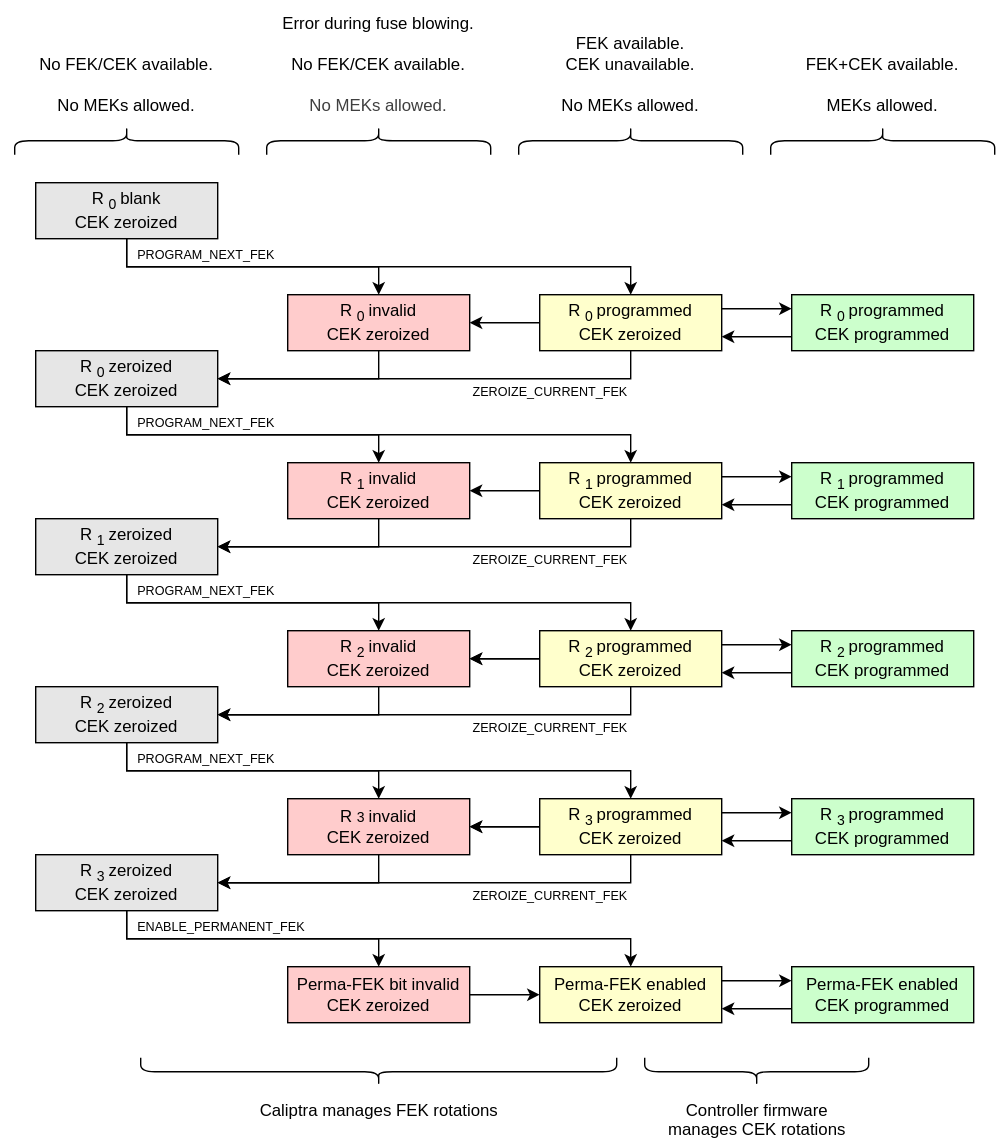
Before: doc/ocp_lock/diagrams/fek_cek_rotation.drawio.svg, a diagram exported from draw.io (chipsalliance/Caliptra). Source tidied: cells renumbered, new cells last; positions are measured from the earlier drawing's top-left corner, leaving out a move shared by most shapes.
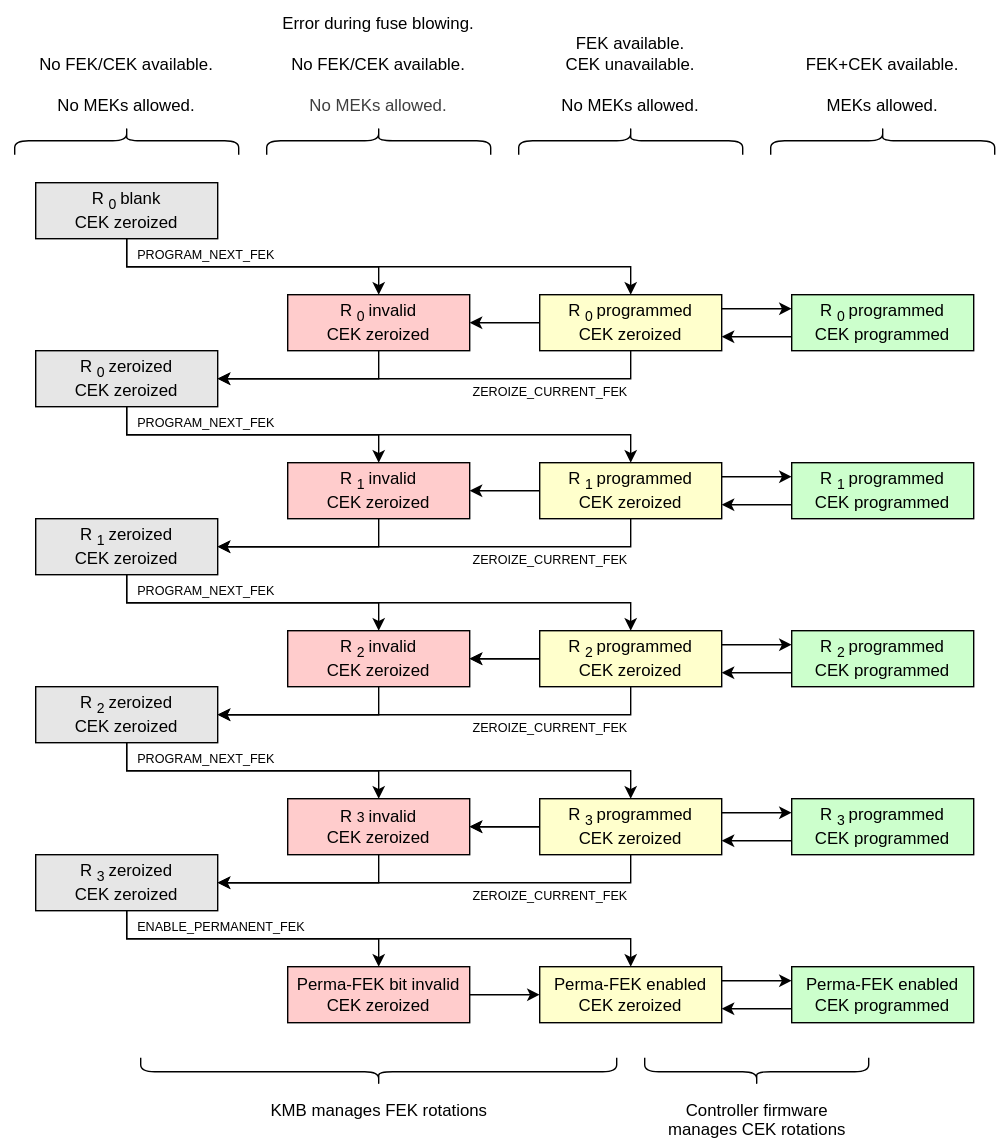
After the change.

What changed in the source:
```diff
@@ -198,7 +198,7 @@
     <mxCell id="55" value="&lt;div&gt;Controller firmware&lt;/div&gt;&lt;div&gt;manages CEK rotations&lt;/div&gt;" style="rounded=0;whiteSpace=wrap;html=1;fillColor=none;dashed=1;strokeColor=none;horizontal=1;verticalAlign=top;dashPattern=1 2;spacingBottom=0;spacingTop=4;" parent="1" vertex="1">
       <mxGeometry x="412.5" y="775" width="255" height="40" as="geometry" />
     </mxCell>
-    <mxCell id="56" value="&lt;div&gt;Caliptra manages FEK rotations&lt;/div&gt;" style="rounded=0;whiteSpace=wrap;html=1;fillColor=none;dashed=1;strokeColor=none;horizontal=1;verticalAlign=top;dashPattern=1 2;spacingBottom=0;spacingTop=4;" parent="1" vertex="1">
+    <mxCell id="56" value="&lt;div&gt;KMB manages FEK rotations&lt;/div&gt;" style="rounded=0;whiteSpace=wrap;html=1;fillColor=none;dashed=1;strokeColor=none;horizontal=1;verticalAlign=top;dashPattern=1 2;spacingBottom=0;spacingTop=4;" parent="1" vertex="1">
       <mxGeometry x="142.5" y="775" width="255" height="40" as="geometry" />
     </mxCell>
     <mxCell id="57" style="edgeStyle=none;html=1;" parent="1" edge="1">
```
